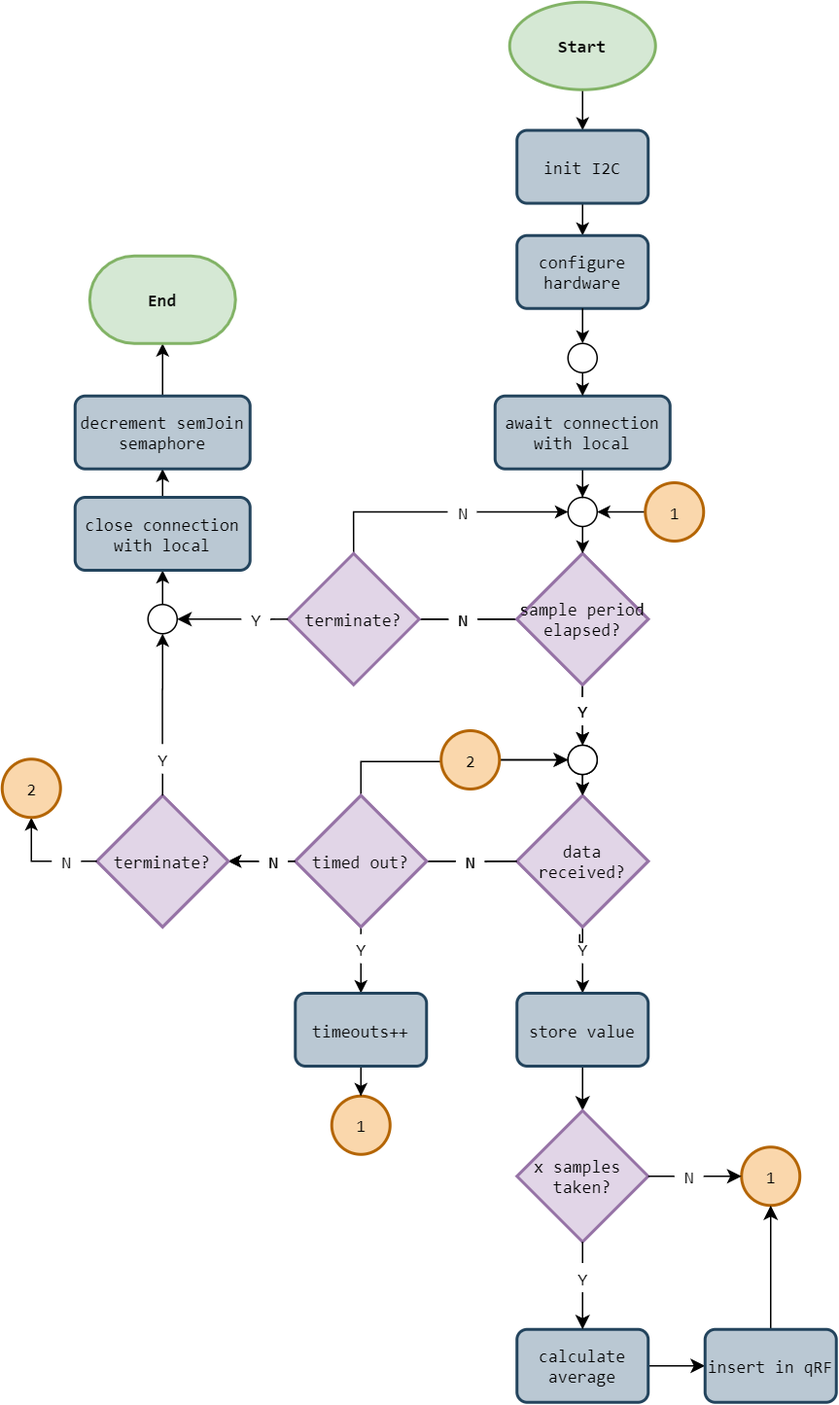
This is 3. Design/3. Software Specification/acc_gyro_flowchart-remote.png from esrg-silent-howl/zephyrus, a draw.io export, as it was before one commit. Source tidied: cells renumbered, new cells last; positions are measured from the earlier drawing's top-left corner, leaving out a move shared by most shapes.
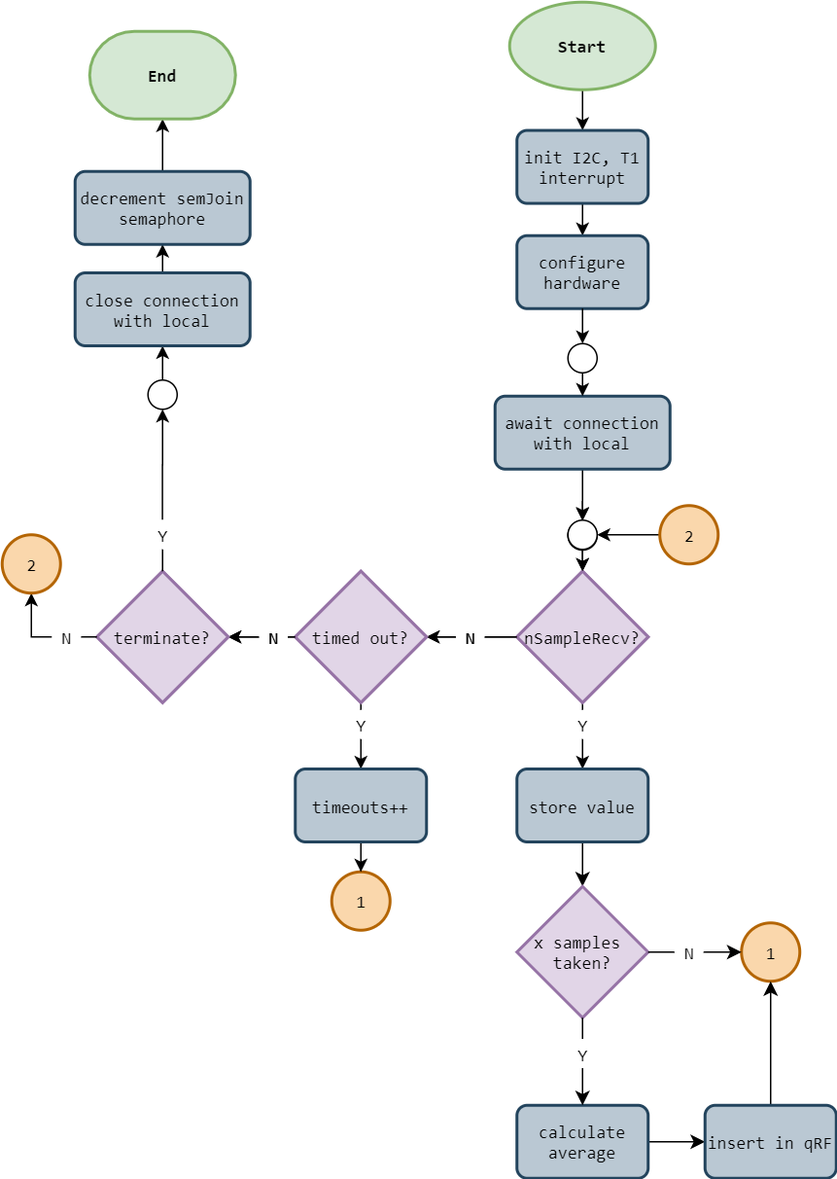
After the commit.

Diff of the diagram source:
```diff
@@ -21,8 +21,10 @@
     <mxCell id="6" style="ellipse;whiteSpace=wrap;html=1;fontFamily=Consolas;" parent="1" vertex="1">
       <mxGeometry x="388" y="509.5" width="20" height="20" as="geometry" />
     </mxCell>
-    <mxCell id="7" style="edgeStyle=orthogonalEdgeStyle;rounded=0;jettySize=auto;html=1;exitX=0.5;exitY=1;exitDx=0;exitDy=0;exitPerimeter=0;entryX=0.5;entryY=0;entryDx=0;entryDy=0;entryPerimeter=0;fontFamily=Consolas;" parent="1" edge="1" source="15" target="6">
-      <mxGeometry relative="1" as="geometry" />
+    <mxCell id="7" style="edgeStyle=orthogonalEdgeStyle;rounded=0;jettySize=auto;html=1;exitX=0.5;exitY=1;exitDx=0;exitDy=0;exitPerimeter=0;entryX=0.5;entryY=0;entryDx=0;entryDy=0;entryPerimeter=0;fontFamily=Consolas;" parent="1" edge="1" target="6">
+      <mxGeometry relative="1" as="geometry">
+        <mxPoint x="398" y="496" as="sourcePoint" />
+      </mxGeometry>
     </mxCell>
     <mxCell id="8" style="edgeStyle=orthogonalEdgeStyle;rounded=0;jettySize=auto;html=1;exitX=0;exitY=0.5;exitDx=0;exitDy=0;exitPerimeter=0;entryX=1;entryY=0.5;entryDx=0;entryDy=0;entryPerimeter=0;startArrow=none;startFill=0;endArrow=classic;endFill=1;fontFamily=Consolas;" parent="1" edge="1" source="29" target="26">
       <mxGeometry relative="1" as="geometry" />
@@ -30,9 +32,6 @@
     <mxCell id="9" style="edgeStyle=orthogonalEdgeStyle;rounded=0;jettySize=auto;html=1;exitX=0.5;exitY=1;exitDx=0;exitDy=0;exitPerimeter=0;entryX=0.5;entryY=0;entryDx=0;entryDy=0;startArrow=none;startFill=0;endArrow=classic;endFill=1;fontFamily=Consolas;" parent="1" edge="1" source="27" target="34">
       <mxGeometry relative="1" as="geometry" />
     </mxCell>
-    <mxCell id="10" style="edgeStyle=orthogonalEdgeStyle;rounded=0;jettySize=auto;html=1;exitX=0.5;exitY=0;exitDx=0;exitDy=0;exitPerimeter=0;entryX=-0.005;entryY=0.557;entryDx=0;entryDy=0;entryPerimeter=0;startArrow=none;startFill=0;endArrow=none;endFill=0;endSize=7;fontFamily=Consolas;" parent="1" edge="1" source="11" target="17">
-      <mxGeometry relative="1" as="geometry" />
-    </mxCell>
     <mxCell id="11" value="timed out?" style="strokeWidth=2;html=1;shape=mxgraph.flowchart.decision;whiteSpace=wrap;fillColor=#e1d5e7;strokeColor=#9673a6;fontFamily=Consolas;" parent="1" vertex="1">
       <mxGeometry x="201" y="544" width="90" height="90" as="geometry" />
     </mxCell>
@@ -42,18 +41,6 @@
     <mxCell id="13" style="edgeStyle=orthogonalEdgeStyle;rounded=0;jettySize=auto;html=1;endArrow=classic;endFill=1;exitX=0.5;exitY=1;exitDx=0;exitDy=0;fontFamily=Consolas;" parent="1" edge="1" source="34" target="12">
       <mxGeometry relative="1" as="geometry" />
     </mxCell>
-    <mxCell id="14" style="edgeStyle=orthogonalEdgeStyle;rounded=0;jettySize=auto;html=1;startArrow=none;startFill=0;endArrow=none;endFill=0;entryX=0.5;entryY=1;entryDx=0;entryDy=0;entryPerimeter=0;exitX=0.495;exitY=0.019;exitDx=0;exitDy=0;exitPerimeter=0;fontFamily=Consolas;" parent="1" edge="1" source="15" target="25">
-      <mxGeometry relative="1" as="geometry" />
-    </mxCell>
-    <mxCell id="15" value="Y" style="text;html=1;align=center;verticalAlign=middle;points=[];fontFamily=Consolas;" parent="1" vertex="1">
-      <mxGeometry x="388" y="476" width="20" height="20" as="geometry" />
-    </mxCell>
-    <mxCell id="16" style="edgeStyle=orthogonalEdgeStyle;rounded=0;jettySize=auto;html=1;startArrow=none;startFill=0;endArrow=classic;endFill=1;endSize=7;fontFamily=Consolas;" parent="1" edge="1" source="17" target="6">
-      <mxGeometry relative="1" as="geometry" />
-    </mxCell>
-    <mxCell id="17" value="N" style="text;html=1;align=center;verticalAlign=middle;points=[];fontFamily=Consolas;" parent="1" vertex="1">
-      <mxGeometry x="311" y="509.5" width="20" height="20" as="geometry" />
-    </mxCell>
     <mxCell id="18" value="N" style="text;html=1;align=center;verticalAlign=middle;points=[];fontFamily=Consolas;" parent="1" vertex="1">
       <mxGeometry x="311" y="579" width="20" height="20" as="geometry" />
     </mxCell>
@@ -75,20 +62,6 @@
         </Array>
       </mxGeometry>
     </mxCell>
-    <mxCell id="22" style="edgeStyle=orthogonalEdgeStyle;rounded=0;jettySize=auto;html=1;entryX=1;entryY=0.5;entryDx=0;entryDy=0;entryPerimeter=0;startArrow=none;startFill=0;endArrow=classic;endFill=1;endSize=7;fontFamily=Consolas;" parent="1" edge="1" source="23">
-      <mxGeometry relative="1" as="geometry">
-        <mxPoint x="266" y="423" as="targetPoint" />
-      </mxGeometry>
-    </mxCell>
-    <mxCell id="23" value="N" style="text;html=1;align=center;verticalAlign=middle;points=[];fontFamily=Consolas;" parent="1" vertex="1">
-      <mxGeometry x="306" y="413" width="20" height="20" as="geometry" />
-    </mxCell>
-    <mxCell id="24" style="edgeStyle=orthogonalEdgeStyle;rounded=0;jettySize=auto;html=1;exitX=0;exitY=0.5;exitDx=0;exitDy=0;exitPerimeter=0;fontFamily=Consolas;endArrow=none;endFill=0;" parent="1" edge="1" source="25" target="23">
-      <mxGeometry relative="1" as="geometry" />
-    </mxCell>
-    <mxCell id="25" value="sample period&lt;br&gt;elapsed?" style="strokeWidth=2;html=1;shape=mxgraph.flowchart.decision;whiteSpace=wrap;fillColor=#e1d5e7;strokeColor=#9673a6;fontFamily=Consolas;" parent="1" vertex="1">
-      <mxGeometry x="353" y="378" width="90" height="90" as="geometry" />
-    </mxCell>
     <mxCell id="26" value="terminate?" style="strokeWidth=2;html=1;shape=mxgraph.flowchart.decision;whiteSpace=wrap;fillColor=#e1d5e7;strokeColor=#9673a6;fontFamily=Consolas;" parent="1" vertex="1">
       <mxGeometry x="65" y="544" width="90" height="90" as="geometry" />
     </mxCell>
@@ -156,16 +129,16 @@
         </Array>
       </mxGeometry>
     </mxCell>
-    <mxCell id="47" value="data&lt;br&gt;received?" style="strokeWidth=2;html=1;shape=mxgraph.flowchart.decision;whiteSpace=wrap;fillColor=#e1d5e7;strokeColor=#9673a6;fontFamily=Consolas;" parent="1" vertex="1">
+    <mxCell id="47" value="nSampleRecv?" style="strokeWidth=2;html=1;shape=mxgraph.flowchart.decision;whiteSpace=wrap;fillColor=#e1d5e7;strokeColor=#9673a6;fontFamily=Consolas;" parent="1" vertex="1">
       <mxGeometry x="353" y="544" width="90" height="90" as="geometry" />
     </mxCell>
     <mxCell id="48" style="edgeStyle=orthogonalEdgeStyle;rounded=0;jettySize=auto;html=1;exitX=0.5;exitY=1;exitDx=0;exitDy=0;exitPerimeter=0;entryX=0.5;entryY=0;entryDx=0;entryDy=0;entryPerimeter=0;fontFamily=Consolas;" parent="1" edge="1" source="49" target="47">
       <mxGeometry relative="1" as="geometry" />
     </mxCell>
     <mxCell id="49" style="ellipse;whiteSpace=wrap;html=1;fontFamily=Consolas;" parent="1" vertex="1">
-      <mxGeometry x="388" y="509.5" width="20" height="20" as="geometry" />
+      <mxGeometry x="388" y="509" width="20" height="20" as="geometry" />
     </mxCell>
-    <mxCell id="50" style="edgeStyle=orthogonalEdgeStyle;rounded=0;jettySize=auto;html=1;exitX=0.5;exitY=1;exitDx=0;exitDy=0;exitPerimeter=0;entryX=0.5;entryY=0;entryDx=0;entryDy=0;entryPerimeter=0;fontFamily=Consolas;" parent="1" edge="1" source="54" target="49">
+    <mxCell id="50" style="edgeStyle=orthogonalEdgeStyle;rounded=0;jettySize=auto;html=1;entryX=0.5;entryY=0;entryDx=0;entryDy=0;entryPerimeter=0;fontFamily=Consolas;" parent="1" edge="1" source="85" target="49">
       <mxGeometry relative="1" as="geometry" />
     </mxCell>
     <mxCell id="51" style="edgeStyle=orthogonalEdgeStyle;rounded=0;jettySize=auto;html=1;exitX=0;exitY=0.5;exitDx=0;exitDy=0;exitPerimeter=0;entryX=1;entryY=0.5;entryDx=0;entryDy=0;entryPerimeter=0;startArrow=none;startFill=0;endArrow=classic;endFill=1;fontFamily=Consolas;" parent="1" edge="1" source="63" target="62">
@@ -174,12 +147,6 @@
     <mxCell id="52" value="timed out?" style="strokeWidth=2;html=1;shape=mxgraph.flowchart.decision;whiteSpace=wrap;fillColor=#e1d5e7;strokeColor=#9673a6;fontFamily=Consolas;" parent="1" vertex="1">
       <mxGeometry x="201" y="544" width="90" height="90" as="geometry" />
     </mxCell>
-    <mxCell id="53" style="edgeStyle=orthogonalEdgeStyle;rounded=0;jettySize=auto;html=1;startArrow=none;startFill=0;endArrow=none;endFill=0;entryX=0.5;entryY=1;entryDx=0;entryDy=0;entryPerimeter=0;exitX=0.495;exitY=0.019;exitDx=0;exitDy=0;exitPerimeter=0;fontFamily=Consolas;" parent="1" edge="1" source="54" target="60">
-      <mxGeometry relative="1" as="geometry" />
-    </mxCell>
-    <mxCell id="54" value="Y" style="text;html=1;align=center;verticalAlign=middle;points=[];fontFamily=Consolas;" parent="1" vertex="1">
-      <mxGeometry x="388" y="476" width="20" height="20" as="geometry" />
-    </mxCell>
     <mxCell id="55" value="N" style="text;html=1;align=center;verticalAlign=middle;points=[];fontFamily=Consolas;" parent="1" vertex="1">
       <mxGeometry x="311" y="579" width="20" height="20" as="geometry" />
     </mxCell>
@@ -190,20 +157,6 @@
         </Array>
       </mxGeometry>
     </mxCell>
-    <mxCell id="57" style="edgeStyle=orthogonalEdgeStyle;rounded=0;jettySize=auto;html=1;entryX=1;entryY=0.5;entryDx=0;entryDy=0;entryPerimeter=0;startArrow=none;startFill=0;endArrow=classic;endFill=1;endSize=7;fontFamily=Consolas;" parent="1" edge="1" source="58">
-      <mxGeometry relative="1" as="geometry">
-        <mxPoint x="266" y="423" as="targetPoint" />
-      </mxGeometry>
-    </mxCell>
-    <mxCell id="58" value="N" style="text;html=1;align=center;verticalAlign=middle;points=[];fontFamily=Consolas;" parent="1" vertex="1">
-      <mxGeometry x="306" y="413" width="20" height="20" as="geometry" />
-    </mxCell>
-    <mxCell id="59" style="edgeStyle=orthogonalEdgeStyle;rounded=0;jettySize=auto;html=1;exitX=0;exitY=0.5;exitDx=0;exitDy=0;exitPerimeter=0;fontFamily=Consolas;endArrow=none;endFill=0;" parent="1" edge="1" source="60" target="58">
-      <mxGeometry relative="1" as="geometry" />
-    </mxCell>
-    <mxCell id="60" value="sample period&lt;br&gt;elapsed?" style="strokeWidth=2;html=1;shape=mxgraph.flowchart.decision;whiteSpace=wrap;fillColor=#e1d5e7;strokeColor=#9673a6;fontFamily=Consolas;" parent="1" vertex="1">
-      <mxGeometry x="353" y="378" width="90" height="90" as="geometry" />
-    </mxCell>
     <mxCell id="61" style="edgeStyle=orthogonalEdgeStyle;rounded=0;jettySize=auto;html=1;exitX=0;exitY=0.5;exitDx=0;exitDy=0;exitPerimeter=0;entryX=0.5;entryY=1;entryDx=0;entryDy=0;entryPerimeter=0;startArrow=none;startFill=0;endArrow=classic;endFill=1;" parent="1" edge="1" source="67" target="66">
       <mxGeometry relative="1" as="geometry" />
     </mxCell>
@@ -218,7 +171,7 @@
     </mxCell>
     <mxCell id="65" style="edgeStyle=orthogonalEdgeStyle;rounded=0;orthogonalLoop=1;jettySize=auto;html=1;exitX=0;exitY=0.5;exitDx=0;exitDy=0;entryX=0;entryY=0.5;entryDx=0;entryDy=0;entryPerimeter=0;startArrow=none;startFill=0;endArrow=classic;endFill=1;endSize=7;fontFamily=Consolas;" parent="1" edge="1">
       <mxGeometry relative="1" as="geometry">
-        <mxPoint x="86" y="349.5" as="targetPoint" />
+        <mxPoint x="86" y="503.5" as="targetPoint" />
       </mxGeometry>
     </mxCell>
     <mxCell id="66" value="2" style="verticalLabelPosition=middle;verticalAlign=middle;html=1;shape=mxgraph.flowchart.on-page_reference;strokeWidth=2;align=center;labelPosition=center;fillColor=#fad7ac;strokeColor=#b46504;fontFamily=Consolas;" parent="1" vertex="1">
@@ -232,86 +185,43 @@
         <mxPoint x="54.5" y="588.6" as="targetPoint" />
       </mxGeometry>
     </mxCell>
-    <mxCell id="69" style="edgeStyle=orthogonalEdgeStyle;rounded=0;jettySize=auto;html=1;exitX=1;exitY=0.5;exitDx=0;exitDy=0;exitPerimeter=0;startArrow=none;startFill=0;endArrow=classic;endFill=1;" parent="1" edge="1" source="70" target="49">
-      <mxGeometry relative="1" as="geometry" />
-    </mxCell>
-    <mxCell id="70" value="2" style="verticalLabelPosition=middle;verticalAlign=middle;html=1;shape=mxgraph.flowchart.on-page_reference;strokeWidth=2;align=center;labelPosition=center;fillColor=#fad7ac;strokeColor=#b46504;fontFamily=Consolas;" parent="1" vertex="1">
-      <mxGeometry x="301" y="499.5" width="40" height="40" as="geometry" />
-    </mxCell>
     <mxCell id="71" style="edgeStyle=orthogonalEdgeStyle;rounded=0;jettySize=auto;html=1;exitX=0.5;exitY=1;exitDx=0;exitDy=0;exitPerimeter=0;entryX=0.5;entryY=0;entryDx=0;entryDy=0;fontFamily=Consolas;" parent="1" edge="1" source="72" target="83">
       <mxGeometry relative="1" as="geometry" />
     </mxCell>
     <mxCell id="72" value="Start" style="strokeWidth=2;html=1;shape=mxgraph.flowchart.start_1;whiteSpace=wrap;fillColor=#d5e8d4;strokeColor=#82b366;fontStyle=1;fontFamily=Consolas;" parent="1" vertex="1">
-      <mxGeometry x="348" width="100" height="60" as="geometry" />
+      <mxGeometry x="348" y="154" width="100" height="60" as="geometry" />
     </mxCell>
     <mxCell id="73" style="edgeStyle=orthogonalEdgeStyle;rounded=0;jettySize=auto;html=1;exitX=0.5;exitY=1;exitDx=0;exitDy=0;entryX=0.5;entryY=0;entryDx=0;entryDy=0;fontFamily=Consolas;" parent="1" edge="1" source="83" target="84">
       <mxGeometry relative="1" as="geometry" />
     </mxCell>
-    <mxCell id="74" style="edgeStyle=orthogonalEdgeStyle;rounded=0;jettySize=auto;html=1;exitX=0.5;exitY=1;exitDx=0;exitDy=0;entryX=0.5;entryY=0;entryDx=0;entryDy=0;entryPerimeter=0;fontFamily=Consolas;" parent="1" edge="1" source="75">
-      <mxGeometry relative="1" as="geometry">
-        <mxPoint x="398" y="378" as="targetPoint" />
-      </mxGeometry>
-    </mxCell>
-    <mxCell id="75" style="ellipse;whiteSpace=wrap;html=1;fontFamily=Consolas;" parent="1" vertex="1">
-      <mxGeometry x="388" y="339.5" width="20" height="20" as="geometry" />
-    </mxCell>
-    <mxCell id="76" style="edgeStyle=orthogonalEdgeStyle;rounded=0;jettySize=auto;html=1;endArrow=classic;endFill=1;exitX=0;exitY=0.5;exitDx=0;exitDy=0;exitPerimeter=0;fontFamily=Consolas;" parent="1" edge="1" source="77" target="75">
-      <mxGeometry relative="1" as="geometry">
-        <Array as="points">
-          <mxPoint x="441" y="349.5" />
-          <mxPoint x="441" y="349.5" />
-        </Array>
-      </mxGeometry>
-    </mxCell>
-    <mxCell id="77" value="1" style="verticalLabelPosition=middle;verticalAlign=middle;html=1;shape=mxgraph.flowchart.on-page_reference;strokeWidth=2;align=center;labelPosition=center;fillColor=#fad7ac;strokeColor=#b46504;fontFamily=Consolas;" parent="1" vertex="1">
-      <mxGeometry x="441" y="329.5" width="40" height="40" as="geometry" />
-    </mxCell>
-    <mxCell id="78" style="edgeStyle=orthogonalEdgeStyle;rounded=0;jettySize=auto;html=1;exitX=0.5;exitY=1;exitDx=0;exitDy=0;fontFamily=Consolas;" parent="1" edge="1" source="85" target="75">
-      <mxGeometry relative="1" as="geometry" />
-    </mxCell>
-    <mxCell id="79" style="edgeStyle=orthogonalEdgeStyle;rounded=0;jettySize=auto;html=1;entryX=0;entryY=0.5;entryDx=0;entryDy=0;endArrow=classic;endFill=1;fontFamily=Consolas;" parent="1" edge="1" source="80" target="75">
-      <mxGeometry relative="1" as="geometry" />
-    </mxCell>
-    <mxCell id="80" value="N" style="text;html=1;align=center;verticalAlign=middle;points=[];fontFamily=Consolas;" parent="1" vertex="1">
-      <mxGeometry x="305.5" y="339.5" width="20" height="20" as="geometry" />
-    </mxCell>
-    <mxCell id="81" style="edgeStyle=orthogonalEdgeStyle;rounded=0;jettySize=auto;html=1;exitX=0.5;exitY=0;exitDx=0;exitDy=0;exitPerimeter=0;entryX=0;entryY=0.5;entryDx=0;entryDy=0;endArrow=none;endFill=0;fontFamily=Consolas;" parent="1" edge="1" source="82" target="80">
-      <mxGeometry relative="1" as="geometry" />
-    </mxCell>
-    <mxCell id="82" value="terminate?" style="strokeWidth=2;html=1;shape=mxgraph.flowchart.decision;whiteSpace=wrap;fillColor=#e1d5e7;strokeColor=#9673a6;fontFamily=Consolas;" parent="1" vertex="1">
-      <mxGeometry x="196" y="378" width="90" height="90" as="geometry" />
-    </mxCell>
-    <mxCell id="83" value="init I2C" style="rounded=1;whiteSpace=wrap;html=1;absoluteArcSize=1;arcSize=14;strokeWidth=2;fillColor=#bac8d3;strokeColor=#23445d;fontFamily=Consolas;" parent="1" vertex="1">
-      <mxGeometry x="353" y="87.9" width="90" height="50" as="geometry" />
+    <mxCell id="83" value="init I2C, T1 interrupt" style="rounded=1;whiteSpace=wrap;html=1;absoluteArcSize=1;arcSize=14;strokeWidth=2;fillColor=#bac8d3;strokeColor=#23445d;fontFamily=Consolas;" parent="1" vertex="1">
+      <mxGeometry x="353" y="241.9" width="90" height="50" as="geometry" />
     </mxCell>
     <mxCell id="84" value="configure hardware" style="rounded=1;whiteSpace=wrap;html=1;absoluteArcSize=1;arcSize=14;strokeWidth=2;fillColor=#bac8d3;strokeColor=#23445d;fontFamily=Consolas;" parent="1" vertex="1">
-      <mxGeometry x="353" y="160" width="90" height="50" as="geometry" />
+      <mxGeometry x="353" y="314" width="90" height="50" as="geometry" />
     </mxCell>
     <mxCell id="85" value="await connection with local" style="rounded=1;whiteSpace=wrap;html=1;absoluteArcSize=1;arcSize=14;strokeWidth=2;fillColor=#bac8d3;strokeColor=#23445d;fontFamily=Consolas;" parent="1" vertex="1">
-      <mxGeometry x="338" y="270" width="120" height="50" as="geometry" />
+      <mxGeometry x="338" y="424" width="120" height="50" as="geometry" />
     </mxCell>
     <mxCell id="86" style="edgeStyle=orthogonalEdgeStyle;rounded=0;jettySize=auto;html=1;exitX=0.5;exitY=1;exitDx=0;exitDy=0;fontFamily=Consolas;" parent="1" edge="1" source="87" target="85">
       <mxGeometry relative="1" as="geometry">
         <Array as="points">
-          <mxPoint x="398" y="260" />
-          <mxPoint x="398" y="260" />
+          <mxPoint x="398" y="414" />
+          <mxPoint x="398" y="414" />
         </Array>
       </mxGeometry>
     </mxCell>
     <mxCell id="87" style="ellipse;whiteSpace=wrap;html=1;fontFamily=Consolas;" parent="1" vertex="1">
-      <mxGeometry x="388" y="234" width="20" height="20" as="geometry" />
+      <mxGeometry x="388" y="388" width="20" height="20" as="geometry" />
     </mxCell>
     <mxCell id="88" style="edgeStyle=orthogonalEdgeStyle;rounded=0;jettySize=auto;html=1;exitX=0.5;exitY=1;exitDx=0;exitDy=0;fontFamily=Consolas;" parent="1" edge="1" source="84" target="87">
       <mxGeometry relative="1" as="geometry">
         <Array as="points">
-          <mxPoint x="398" y="230" />
-          <mxPoint x="398" y="230" />
+          <mxPoint x="398" y="384" />
+          <mxPoint x="398" y="384" />
         </Array>
       </mxGeometry>
     </mxCell>
-    <mxCell id="89" style="edgeStyle=orthogonalEdgeStyle;rounded=0;jettySize=auto;html=1;exitX=0;exitY=0.5;exitDx=0;exitDy=0;exitPerimeter=0;startArrow=none;startFill=0;endArrow=classic;endFill=1;endSize=7;fontFamily=Consolas;" parent="1" edge="1" source="91" target="96">
-      <mxGeometry relative="1" as="geometry" />
-    </mxCell>
     <mxCell id="90" style="edgeStyle=orthogonalEdgeStyle;rounded=0;jettySize=auto;html=1;exitX=0.5;exitY=1;exitDx=0;exitDy=0;startArrow=none;startFill=0;endArrow=none;endFill=0;endSize=7;fontFamily=Consolas;" parent="1" edge="1" source="93">
       <mxGeometry relative="1" as="geometry">
         <mxPoint x="110" y="544" as="targetPoint" />
@@ -321,18 +231,6 @@
         </Array>
       </mxGeometry>
     </mxCell>
-    <mxCell id="91" value="Y" style="text;html=1;align=center;verticalAlign=middle;points=[];fontFamily=Consolas;" parent="1" vertex="1">
-      <mxGeometry x="164" y="413" width="20" height="20" as="geometry" />
-    </mxCell>
-    <mxCell id="92" style="edgeStyle=orthogonalEdgeStyle;rounded=0;jettySize=auto;html=1;exitX=0;exitY=0.5;exitDx=0;exitDy=0;exitPerimeter=0;startArrow=none;startFill=0;endArrow=none;endFill=0;endSize=7;fontFamily=Consolas;" parent="1" edge="1" target="91">
-      <mxGeometry relative="1" as="geometry">
-        <mxPoint x="196" y="423" as="sourcePoint" />
-        <Array as="points">
-          <mxPoint x="184" y="423" />
-          <mxPoint x="184" y="423" />
-        </Array>
-      </mxGeometry>
-    </mxCell>
     <mxCell id="93" value="Y" style="text;html=1;align=center;verticalAlign=middle;points=[];fontFamily=Consolas;" parent="1" vertex="1">
       <mxGeometry x="100" y="509" width="20" height="20" as="geometry" />
     </mxCell>
@@ -360,5 +258,11 @@
     <mxCell id="101" value="&lt;b&gt;End&lt;/b&gt;" style="strokeWidth=2;html=1;shape=mxgraph.flowchart.terminator;whiteSpace=wrap;fillColor=#d5e8d4;strokeColor=#82b366;fontFamily=Consolas;" parent="1" vertex="1">
       <mxGeometry x="60" y="174" width="100" height="60" as="geometry" />
     </mxCell>
+    <mxCell id="69" style="edgeStyle=orthogonalEdgeStyle;rounded=0;jettySize=auto;html=1;" parent="1" edge="1" source="70" target="49">
+      <mxGeometry relative="1" as="geometry" />
+    </mxCell>
+    <mxCell id="70" value="2" style="verticalLabelPosition=middle;verticalAlign=middle;html=1;shape=mxgraph.flowchart.on-page_reference;strokeWidth=2;align=center;labelPosition=center;fillColor=#fad7ac;strokeColor=#b46504;fontFamily=Consolas;" parent="1" vertex="1">
+      <mxGeometry x="451" y="499" width="40" height="40" as="geometry" />
+    </mxCell>
   </root>
 </mxGraphModel>
```
